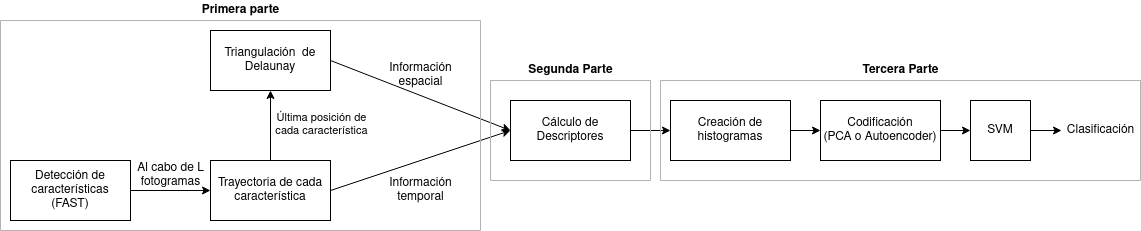
Before: docs/Examples/esquema_general.png, a diagram exported from draw.io (DiegoNavaca/Crowd-Anomaly-Detection). Source tidied: cells renumbered, new cells last; positions are measured from the earlier drawing's top-left corner, leaving out a move shared by most shapes. The source it was exported from:
```xml
<mxGraphModel>
  <root>
    <mxCell id="0" />
    <mxCell id="1" parent="0" />
    <mxCell id="2" value="&lt;div&gt;SVM&lt;/div&gt;" style="rounded=0;whiteSpace=wrap;html=1;" parent="1" vertex="1">
      <mxGeometry x="970" y="100" width="60" height="60" as="geometry" />
    </mxCell>
    <mxCell id="3" style="endArrow=classic;html=1;entryX=0.013;entryY=0.5;entryDx=0;entryDy=0;entryPerimeter=0;" parent="1" edge="1" target="4">
      <mxGeometry relative="1" as="geometry">
        <mxPoint x="1030" y="130" as="sourcePoint" />
      </mxGeometry>
    </mxCell>
    <mxCell id="4" value="&lt;div&gt;Clasificación&lt;/div&gt;" style="text;html=1;align=center;verticalAlign=middle;points=[];strokeColor=none;" parent="1" vertex="1">
      <mxGeometry x="1060" y="120" width="80" height="20" as="geometry" />
    </mxCell>
    <mxCell id="5" value="&lt;div&gt;Codificación &lt;br&gt;&lt;/div&gt;&lt;div&gt;(PCA o Autoencoder)&lt;/div&gt;" style="rounded=0;whiteSpace=wrap;html=1;" parent="1" vertex="1">
      <mxGeometry x="820" y="100" width="120" height="60" as="geometry" />
    </mxCell>
    <mxCell id="6" style="endArrow=classic;html=1;entryX=0;entryY=0.5;entryDx=0;entryDy=0;exitX=1;exitY=0.5;exitDx=0;exitDy=0;" parent="1" edge="1" source="5" target="2">
      <mxGeometry relative="1" as="geometry" />
    </mxCell>
    <mxCell id="7" value="&lt;div&gt;Detección de características&lt;br&gt;&lt;/div&gt;&lt;div&gt;(FAST)&lt;/div&gt;" style="rounded=0;whiteSpace=wrap;html=1;" parent="1" vertex="1">
      <mxGeometry x="10" y="160" width="120" height="60" as="geometry" />
    </mxCell>
    <mxCell id="8" value="Trayectoria de cada característica" style="rounded=0;whiteSpace=wrap;html=1;" parent="1" vertex="1">
      <mxGeometry x="210" y="160" width="120" height="60" as="geometry" />
    </mxCell>
    <mxCell id="9" style="endArrow=classic;html=1;exitX=1;exitY=0.5;exitDx=0;exitDy=0;entryX=0;entryY=0.5;entryDx=0;entryDy=0;" parent="1" edge="1" source="7" target="8">
      <mxGeometry relative="1" as="geometry" />
    </mxCell>
    <mxCell id="10" value="&lt;div&gt;Al cabo de L&lt;/div&gt;&lt;div&gt; fotogramas&lt;/div&gt;" style="text;html=1;align=center;verticalAlign=middle;strokeColor=none;" parent="1" vertex="1">
      <mxGeometry x="130" y="160" width="80" height="30" as="geometry" />
    </mxCell>
    <mxCell id="11" value="Triangulación&amp;nbsp; de Delaunay" style="rounded=0;whiteSpace=wrap;html=1;" parent="1" vertex="1">
      <mxGeometry x="210" y="30" width="120" height="60" as="geometry" />
    </mxCell>
    <mxCell id="12" style="endArrow=classic;html=1;entryX=0.5;entryY=1;entryDx=0;entryDy=0;exitX=0.5;exitY=0;exitDx=0;exitDy=0;" parent="1" edge="1" source="8" target="11">
      <mxGeometry relative="1" as="geometry" />
    </mxCell>
    <mxCell id="13" value="&lt;div&gt;Última posición de&lt;/div&gt;&lt;div&gt; cada característica&lt;/div&gt;" style="edgeLabel;html=1;align=center;verticalAlign=middle;" parent="12" vertex="1">
      <mxGeometry x="0.15" y="-13" relative="1" as="geometry">
        <mxPoint x="37" y="3" as="offset" />
      </mxGeometry>
    </mxCell>
    <mxCell id="14" value="Cálculo de Descriptores" style="rounded=0;whiteSpace=wrap;html=1;" parent="1" vertex="1">
      <mxGeometry x="510" y="100" width="120" height="60" as="geometry" />
    </mxCell>
    <mxCell id="15" style="endArrow=classic;html=1;exitX=1;exitY=0.5;exitDx=0;exitDy=0;entryX=0;entryY=0.5;entryDx=0;entryDy=0;" parent="1" edge="1" source="11" target="14">
      <mxGeometry relative="1" as="geometry" />
    </mxCell>
    <mxCell id="16" style="endArrow=classic;html=1;exitX=1;exitY=0.5;exitDx=0;exitDy=0;entryX=0;entryY=0.5;entryDx=0;entryDy=0;" parent="1" edge="1" source="8" target="14">
      <mxGeometry relative="1" as="geometry" />
    </mxCell>
    <mxCell id="17" value="&lt;div&gt;Información&lt;/div&gt;&lt;div&gt; espacial&lt;/div&gt;" style="text;html=1;align=center;verticalAlign=middle;strokeColor=none;" parent="1" vertex="1">
      <mxGeometry x="380" y="60" width="80" height="30" as="geometry" />
    </mxCell>
    <mxCell id="18" value="&lt;div&gt;Información&lt;/div&gt;&lt;div&gt; temporal&lt;/div&gt;" style="text;html=1;align=center;verticalAlign=middle;strokeColor=none;" parent="1" vertex="1">
      <mxGeometry x="380" y="175" width="80" height="30" as="geometry" />
    </mxCell>
    <mxCell id="19" value="&lt;div&gt;Creación de histogramas&lt;/div&gt;" style="rounded=0;whiteSpace=wrap;html=1;" parent="1" vertex="1">
      <mxGeometry x="670" y="100" width="120" height="60" as="geometry" />
    </mxCell>
    <mxCell id="20" style="endArrow=classic;html=1;exitX=1;exitY=0.5;exitDx=0;exitDy=0;entryX=0;entryY=0.5;entryDx=0;entryDy=0;" parent="1" edge="1" source="14" target="19">
      <mxGeometry relative="1" as="geometry" />
    </mxCell>
    <mxCell id="21" style="endArrow=classic;html=1;exitX=1;exitY=0.5;exitDx=0;exitDy=0;entryX=0;entryY=0.5;entryDx=0;entryDy=0;" parent="1" edge="1" source="19" target="5">
      <mxGeometry relative="1" as="geometry" />
    </mxCell>
    <mxCell id="22" style="swimlane;startSize=0;strokeColor=#B3B3B3;" parent="1" vertex="1">
      <mxGeometry x="660" y="80" width="480" height="100" as="geometry" />
    </mxCell>
    <mxCell id="23" value="&lt;b&gt;Tercera Parte&lt;/b&gt;" style="text;html=1;align=center;verticalAlign=middle;strokeColor=none;" parent="1" vertex="1">
      <mxGeometry x="855" y="60" width="90" height="20" as="geometry" />
    </mxCell>
    <mxCell id="24" style="swimlane;startSize=0;strokeColor=#B3B3B3;" parent="1" vertex="1">
      <mxGeometry x="490" y="80" width="160" height="100" as="geometry" />
    </mxCell>
    <mxCell id="25" value="&lt;b&gt;Segunda Parte&lt;/b&gt;" style="text;html=1;align=center;verticalAlign=middle;strokeColor=none;" parent="1" vertex="1">
      <mxGeometry x="520" y="60" width="100" height="20" as="geometry" />
    </mxCell>
    <mxCell id="26" style="swimlane;startSize=0;strokeColor=#B3B3B3;" parent="1" vertex="1">
      <mxGeometry y="20" width="480" height="210" as="geometry" />
    </mxCell>
    <mxCell id="27" value="&lt;b&gt;Primera parte&lt;/b&gt;" style="text;html=1;align=center;verticalAlign=middle;strokeColor=none;" parent="1" vertex="1">
      <mxGeometry x="195" width="90" height="20" as="geometry" />
    </mxCell>
  </root>
</mxGraphModel>
```
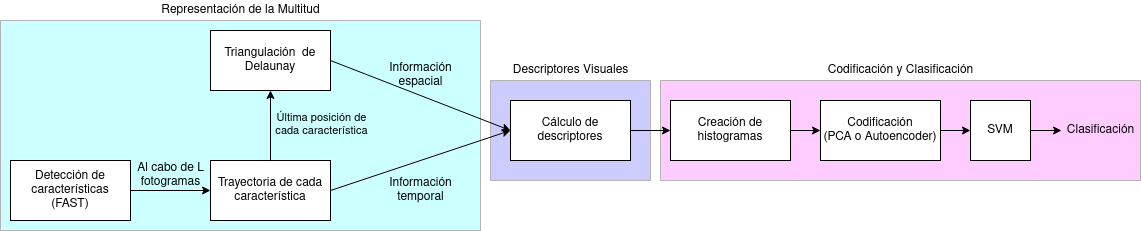
Above is the later version.

What changed in the source:
```diff
@@ -2,6 +2,15 @@
   <root>
     <mxCell id="0" />
     <mxCell id="1" parent="0" />
+    <mxCell id="22" style="swimlane;startSize=0;strokeColor=#B3B3B3;swimlaneFillColor=#FFCCFF;" parent="1" vertex="1">
+      <mxGeometry x="660" y="80" width="480" height="100" as="geometry" />
+    </mxCell>
+    <mxCell id="24" style="swimlane;startSize=0;strokeColor=#B3B3B3;swimlaneFillColor=#CCCCFF;fillColor=none;" parent="1" vertex="1">
+      <mxGeometry x="490" y="80" width="160" height="100" as="geometry" />
+    </mxCell>
+    <mxCell id="26" style="swimlane;startSize=0;strokeColor=#B3B3B3;swimlaneFillColor=#CCFFFF;" parent="1" vertex="1">
+      <mxGeometry y="20" width="480" height="210" as="geometry" />
+    </mxCell>
     <mxCell id="2" value="&lt;div&gt;SVM&lt;/div&gt;" style="rounded=0;whiteSpace=wrap;html=1;" parent="1" vertex="1">
       <mxGeometry x="970" y="100" width="60" height="60" as="geometry" />
     </mxCell>
@@ -37,12 +46,12 @@
     <mxCell id="12" style="endArrow=classic;html=1;entryX=0.5;entryY=1;entryDx=0;entryDy=0;exitX=0.5;exitY=0;exitDx=0;exitDy=0;" parent="1" edge="1" source="8" target="11">
       <mxGeometry relative="1" as="geometry" />
     </mxCell>
-    <mxCell id="13" value="&lt;div&gt;Última posición de&lt;/div&gt;&lt;div&gt; cada característica&lt;/div&gt;" style="edgeLabel;html=1;align=center;verticalAlign=middle;" parent="12" vertex="1">
+    <mxCell id="13" value="&lt;div&gt;&lt;span style=&quot;&quot;&gt;Última posición de&lt;/span&gt;&lt;/div&gt;&lt;div&gt;&lt;span style=&quot;&quot;&gt; cada característica&lt;/span&gt;&lt;/div&gt;" style="edgeLabel;html=1;align=center;verticalAlign=middle;labelBackgroundColor=none;" parent="12" vertex="1">
       <mxGeometry x="0.15" y="-13" relative="1" as="geometry">
         <mxPoint x="37" y="3" as="offset" />
       </mxGeometry>
     </mxCell>
-    <mxCell id="14" value="Cálculo de Descriptores" style="rounded=0;whiteSpace=wrap;html=1;" parent="1" vertex="1">
+    <mxCell id="14" value="Cálculo de descriptores" style="rounded=0;whiteSpace=wrap;html=1;" parent="1" vertex="1">
       <mxGeometry x="510" y="100" width="120" height="60" as="geometry" />
     </mxCell>
     <mxCell id="15" style="endArrow=classic;html=1;exitX=1;exitY=0.5;exitDx=0;exitDy=0;entryX=0;entryY=0.5;entryDx=0;entryDy=0;" parent="1" edge="1" source="11" target="14">
@@ -66,23 +75,14 @@
     <mxCell id="21" style="endArrow=classic;html=1;exitX=1;exitY=0.5;exitDx=0;exitDy=0;entryX=0;entryY=0.5;entryDx=0;entryDy=0;" parent="1" edge="1" source="19" target="5">
       <mxGeometry relative="1" as="geometry" />
     </mxCell>
-    <mxCell id="22" style="swimlane;startSize=0;strokeColor=#B3B3B3;" parent="1" vertex="1">
-      <mxGeometry x="660" y="80" width="480" height="100" as="geometry" />
-    </mxCell>
-    <mxCell id="23" value="&lt;b&gt;Tercera Parte&lt;/b&gt;" style="text;html=1;align=center;verticalAlign=middle;strokeColor=none;" parent="1" vertex="1">
-      <mxGeometry x="855" y="60" width="90" height="20" as="geometry" />
+    <mxCell id="23" value="Codificación y Clasificación" style="text;html=1;align=center;verticalAlign=middle;strokeColor=none;" parent="1" vertex="1">
+      <mxGeometry x="820" y="60" width="160" height="20" as="geometry" />
     </mxCell>
-    <mxCell id="24" style="swimlane;startSize=0;strokeColor=#B3B3B3;" parent="1" vertex="1">
-      <mxGeometry x="490" y="80" width="160" height="100" as="geometry" />
-    </mxCell>
-    <mxCell id="25" value="&lt;b&gt;Segunda Parte&lt;/b&gt;" style="text;html=1;align=center;verticalAlign=middle;strokeColor=none;" parent="1" vertex="1">
-      <mxGeometry x="520" y="60" width="100" height="20" as="geometry" />
+    <mxCell id="25" value="Descriptores Visuales" style="text;html=1;align=center;verticalAlign=middle;strokeColor=none;" parent="1" vertex="1">
+      <mxGeometry x="505" y="60" width="130" height="20" as="geometry" />
     </mxCell>
-    <mxCell id="26" style="swimlane;startSize=0;strokeColor=#B3B3B3;" parent="1" vertex="1">
-      <mxGeometry y="20" width="480" height="210" as="geometry" />
-    </mxCell>
-    <mxCell id="27" value="&lt;b&gt;Primera parte&lt;/b&gt;" style="text;html=1;align=center;verticalAlign=middle;strokeColor=none;" parent="1" vertex="1">
-      <mxGeometry x="195" width="90" height="20" as="geometry" />
+    <mxCell id="27" value="&lt;div&gt;Representación de la Multitud&lt;/div&gt;" style="text;html=1;align=center;verticalAlign=middle;strokeColor=none;" parent="1" vertex="1">
+      <mxGeometry x="155" width="170" height="20" as="geometry" />
     </mxCell>
   </root>
 </mxGraphModel>
```
